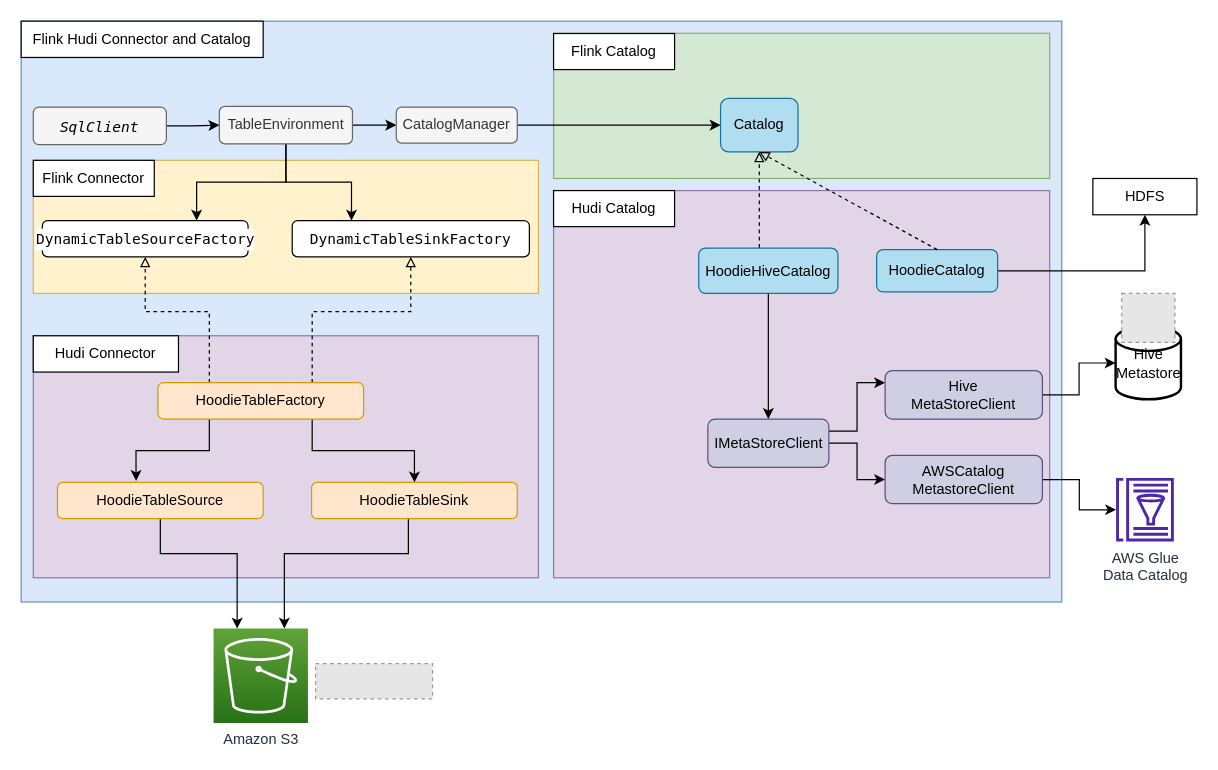
Above: Flink Hudi Glue Architecture.drawio in leejianwei/aws-diagram (draw.io), before the change. Source tidied: cells renumbered, new cells numbered last; positions are measured from the earlier drawing's top-left corner, leaving out a move shared by most shapes. Both pictures are drawn from the tidied source at 121%, with x=0, y=0 at pixel (21, 21). Pictures stored in the file or linked from it are replaced by grey dashed boxes.
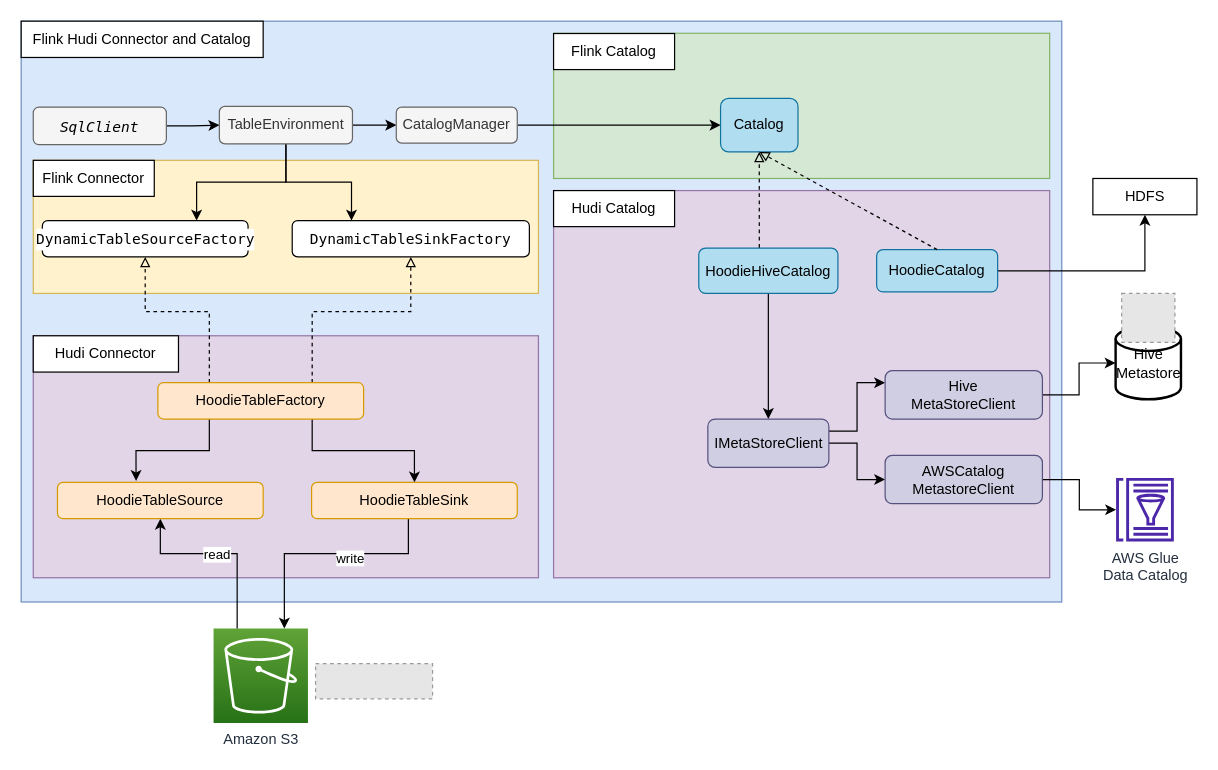
The same diagram, later.

The change refers to these unchanged cells:
```xml
<mxCell id="25" value="Amazon S3" style="sketch=0;points=[[0,0,0],[0.25,0,0],[0.5,0,0],[0.75,0,0],[1,0,0],[0,1,0],[0.25,1,0],[0.5,1,0],[0.75,1,0],[1,1,0],[0,0.25,0],[0,0.5,0],[0,0.75,0],[1,0.25,0],[1,0.5,0],[1,0.75,0]];outlineConnect=0;fontColor=#232F3E;gradientColor=#60A337;gradientDirection=north;fillColor=#277116;strokeColor=#ffffff;dashed=0;verticalLabelPosition=bottom;verticalAlign=top;align=center;html=1;fontSize=12;fontStyle=0;shape=mxgraph.aws4.resourceIcon;resIcon=mxgraph.aws4.s3;labelBackgroundColor=default;" parent="1" vertex="1">
  <mxGeometry x="159" y="502" width="78" height="78" as="geometry" />
</mxCell>
<mxCell id="48" value="HoodieTableSource" style="rounded=1;whiteSpace=wrap;strokeColor=#d79b00;labelBackgroundColor=none;fillColor=#ffe6cc;" parent="1" vertex="1">
  <mxGeometry x="30" y="381.2" width="170" height="30" as="geometry" />
</mxCell>
<mxCell id="49" style="edgeStyle=orthogonalEdgeStyle;rounded=0;jettySize=auto;html=1;entryX=0.75;entryY=0;entryDx=0;entryDy=0;entryPerimeter=0;" parent="1" edge="1" source="50" target="25">
  <mxGeometry relative="1" as="geometry">
    <Array as="points">
      <mxPoint x="320" y="440" />
      <mxPoint x="218" y="440" />
    </Array>
  </mxGeometry>
</mxCell>
```

The edit, as a diff of the source:
```diff
@@
-    <mxCell id="47" style="edgeStyle=orthogonalEdgeStyle;rounded=0;jettySize=auto;html=1;exitX=0.5;exitY=1;exitDx=0;exitDy=0;entryX=0.25;entryY=0;entryDx=0;entryDy=0;entryPerimeter=0;" parent="1" edge="1" source="48" target="25">
+    <mxCell id="47" style="edgeStyle=orthogonalEdgeStyle;rounded=0;jettySize=auto;html=1;exitX=0.5;exitY=1;exitDx=0;exitDy=0;entryX=0.25;entryY=0;entryDx=0;entryDy=0;entryPerimeter=0;startArrow=classic;startFill=1;endArrow=none;endFill=0;" parent="1" edge="1" source="48" target="25">
       <mxGeometry relative="1" as="geometry">
         <Array as="points">
           <mxPoint x="115" y="440" />
           <mxPoint x="179" y="440" />
         </Array>
       </mxGeometry>
     </mxCell>
+    <mxCell id="51" value="read" style="edgeLabel;html=1;align=center;verticalAlign=middle;" parent="47" vertex="1">
+      <mxGeometry x="-0.03" relative="1" as="geometry" />
+    </mxCell>
@@
+    <mxCell id="52" value="write" style="edgeLabel;html=1;align=center;verticalAlign=middle;" parent="49" vertex="1">
+      <mxGeometry x="-0.2" y="3" relative="1" as="geometry" />
+    </mxCell>
```
